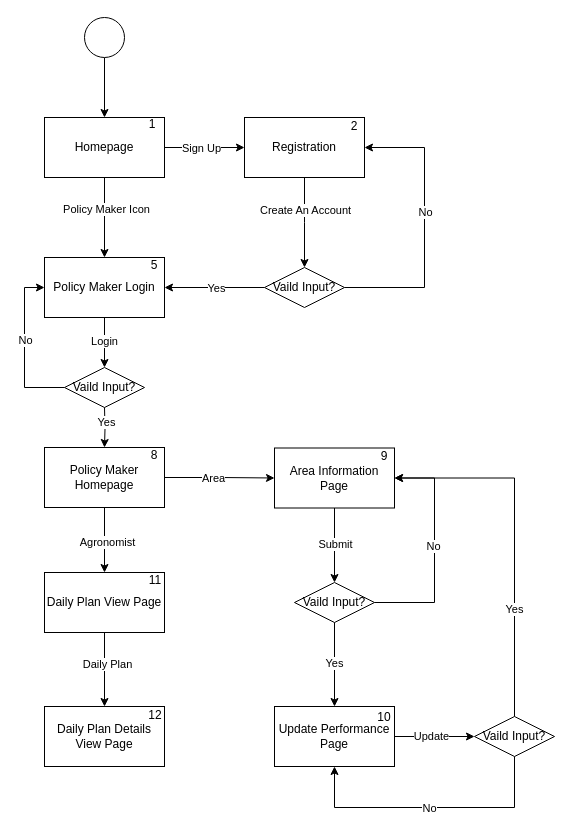
The draw.io diagram page "Policy Maker" (2 of 2) of DD/diagrams/webapp flow diagrams.drawio in ictar/DREAM-SE2-Project-2022, before the edit. Source tidied: cells renumbered, new cells numbered last; positions are measured from the earlier drawing's top-left corner, leaving out a move shared by most shapes. Both pictures are drawn from the tidied source at 100%, with x=0, y=0 at pixel (24, 17).
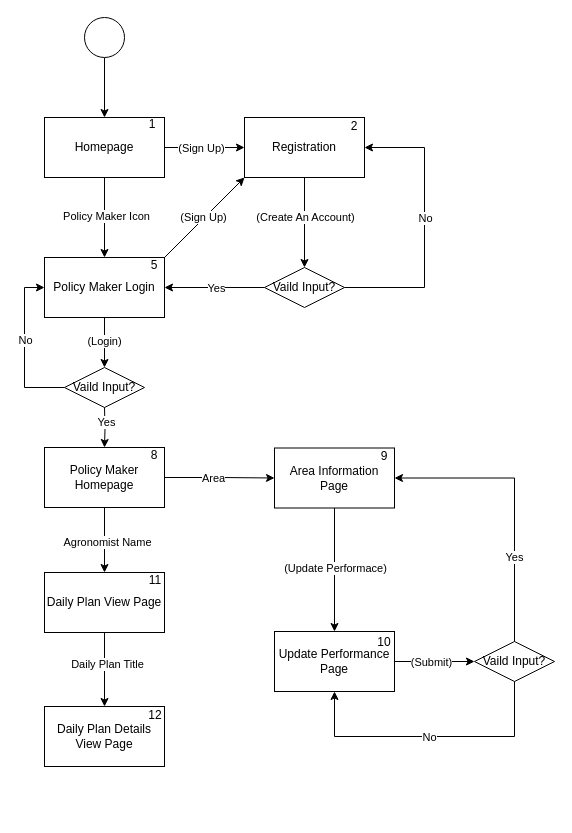
After the change.

Unchanged cells that the change refers to:
```xml
<mxCell id="2" style="edgeStyle=orthogonalEdgeStyle;rounded=0;jettySize=auto;html=1;" parent="1" edge="1" source="4">
  <mxGeometry relative="1" as="geometry">
    <mxPoint x="80" y="350" as="targetPoint" />
  </mxGeometry>
</mxCell>
<mxCell id="4" value="Policy Maker Login" style="rounded=0;whiteSpace=wrap;html=1;" parent="1" vertex="1">
  <mxGeometry x="20" y="240" width="120" height="60" as="geometry" />
</mxCell>
<mxCell id="7" style="edgeStyle=orthogonalEdgeStyle;rounded=0;jettySize=auto;html=1;" parent="1" edge="1" source="11" target="14">
  <mxGeometry relative="1" as="geometry" />
</mxCell>
<mxCell id="9" style="edgeStyle=orthogonalEdgeStyle;rounded=0;jettySize=auto;html=1;" parent="1" edge="1" source="11" target="4">
  <mxGeometry relative="1" as="geometry" />
</mxCell>
<mxCell id="12" style="edgeStyle=orthogonalEdgeStyle;rounded=0;jettySize=auto;html=1;" parent="1" edge="1" source="14">
  <mxGeometry relative="1" as="geometry">
    <mxPoint x="280" y="250" as="targetPoint" />
  </mxGeometry>
</mxCell>
<mxCell id="14" value="Registration" style="rounded=0;whiteSpace=wrap;html=1;" parent="1" vertex="1">
  <mxGeometry x="220" y="100" width="120" height="60" as="geometry" />
</mxCell>
<mxCell id="20" style="edgeStyle=orthogonalEdgeStyle;rounded=0;jettySize=auto;html=1;strokeColor=#000000;" parent="1" edge="1" source="22" target="32">
  <mxGeometry relative="1" as="geometry" />
</mxCell>
<mxCell id="23" style="edgeStyle=orthogonalEdgeStyle;rounded=0;jettySize=auto;html=1;exitX=1;exitY=0.5;exitDx=0;exitDy=0;entryX=1;entryY=0.5;entryDx=0;entryDy=0;" parent="1" edge="1" source="51" target="14">
  <mxGeometry relative="1" as="geometry">
    <Array as="points">
      <mxPoint x="400" y="270" />
      <mxPoint x="400" y="130" />
    </Array>
  </mxGeometry>
</mxCell>
<mxCell id="29" value="Area Information Page" style="rounded=0;whiteSpace=wrap;html=1;fillColor=#FFFFFF;strokeColor=default;" parent="1" vertex="1">
  <mxGeometry x="250" y="430.5" width="120" height="60" as="geometry" />
</mxCell>
<mxCell id="30" style="edgeStyle=orthogonalEdgeStyle;rounded=0;jettySize=auto;html=1;strokeColor=#000000;" parent="1" edge="1" source="32" target="33">
  <mxGeometry relative="1" as="geometry" />
</mxCell>
```

What changed in the source:
```diff
@@
-    <mxCell id="3" value="Login" style="edgeLabel;html=1;align=center;verticalAlign=middle;" parent="2" vertex="1">
+    <mxCell id="3" value="(Login)" style="edgeLabel;html=1;align=center;verticalAlign=middle;" parent="2" vertex="1">
       <mxGeometry x="-0.24" y="-1" relative="1" as="geometry">
         <mxPoint y="4" as="offset" />
       </mxGeometry>
     </mxCell>
@@
-    <mxCell id="8" value="Sign Up" style="edgeLabel;html=1;align=center;verticalAlign=middle;" parent="7" vertex="1">
+    <mxCell id="8" value="(Sign Up)" style="edgeLabel;html=1;align=center;verticalAlign=middle;" parent="7" vertex="1">
       <mxGeometry x="-0.1" y="-3" relative="1" as="geometry">
         <mxPoint y="-3" as="offset" />
       </mxGeometry>
     </mxCell>
@@
     <mxCell id="10" value="Policy Maker&amp;nbsp;Icon" style="edgeLabel;html=1;align=center;verticalAlign=middle;" parent="9" vertex="1">
-      <mxGeometry x="-0.23" y="1" relative="1" as="geometry" />
+      <mxGeometry x="-0.23" y="1" relative="1" as="geometry">
+        <mxPoint y="7" as="offset" />
+      </mxGeometry>
     </mxCell>
@@
-    <mxCell id="13" value="Create An Account" style="edgeLabel;html=1;align=center;verticalAlign=middle;" parent="12" vertex="1">
-      <mxGeometry x="-0.3" relative="1" as="geometry" />
+    <mxCell id="13" value="(Create An Account)" style="edgeLabel;html=1;align=center;verticalAlign=middle;" parent="12" vertex="1">
+      <mxGeometry x="-0.3" relative="1" as="geometry">
+        <mxPoint y="7" as="offset" />
+      </mxGeometry>
     </mxCell>
+    <mxCell id="58" style="rounded=0;jettySize=auto;html=1;exitX=0;exitY=1;exitDx=0;exitDy=0;entryX=1;entryY=0;entryDx=0;entryDy=0;endArrow=none;endFill=0;startArrow=classic;startFill=1;" parent="1" edge="1" source="14" target="4">
+      <mxGeometry relative="1" as="geometry" />
+    </mxCell>
@@
-    <mxCell id="21" value="Agronomist" style="edgeLabel;html=1;align=center;verticalAlign=middle;" parent="20" vertex="1">
+    <mxCell id="21" value="Agronomist Name" style="edgeLabel;html=1;align=center;verticalAlign=middle;" parent="20" vertex="1">
       <mxGeometry x="0.08" y="2" relative="1" as="geometry">
         <mxPoint y="-1" as="offset" />
       </mxGeometry>
     </mxCell>
@@
     <mxCell id="24" value="No" style="edgeLabel;html=1;align=center;verticalAlign=middle;" parent="23" vertex="1">
       <mxGeometry x="0.2" y="2" relative="1" as="geometry">
-        <mxPoint x="2" y="12" as="offset" />
+        <mxPoint x="2" y="18" as="offset" />
       </mxGeometry>
     </mxCell>
@@
-    <mxCell id="27" style="edgeStyle=orthogonalEdgeStyle;rounded=0;jettySize=auto;html=1;strokeColor=#000000;" parent="1" edge="1" source="29" target="36">
+    <mxCell id="27" style="edgeStyle=orthogonalEdgeStyle;rounded=0;jettySize=auto;html=1;strokeColor=#000000;entryX=0.5;entryY=0;entryDx=0;entryDy=0;" parent="1" edge="1" source="29" target="46">
       <mxGeometry relative="1" as="geometry" />
     </mxCell>
-    <mxCell id="28" value="Submit" style="edgeLabel;html=1;align=center;verticalAlign=middle;" parent="27" vertex="1">
+    <mxCell id="28" value="(Update Performace)" style="edgeLabel;html=1;align=center;verticalAlign=middle;" parent="27" vertex="1">
       <mxGeometry x="-0.03" relative="1" as="geometry" />
     </mxCell>
@@
-    <mxCell id="31" value="Daily Plan" style="edgeLabel;html=1;align=center;verticalAlign=middle;" parent="30" vertex="1">
+    <mxCell id="31" value="Daily Plan Title" style="edgeLabel;html=1;align=center;verticalAlign=middle;" parent="30" vertex="1">
       <mxGeometry x="0.07" y="2" relative="1" as="geometry">
         <mxPoint y="-9" as="offset" />
       </mxGeometry>
     </mxCell>
@@
-    <mxCell id="34" style="edgeStyle=orthogonalEdgeStyle;rounded=0;jettySize=auto;html=1;exitX=1;exitY=0.5;exitDx=0;exitDy=0;entryX=1;entryY=0.5;entryDx=0;entryDy=0;strokeColor=#000000;" parent="1" edge="1" source="36" target="29">
-      <mxGeometry relative="1" as="geometry">
-        <Array as="points">
-          <mxPoint x="410" y="585" />
-          <mxPoint x="410" y="460" />
-        </Array>
-      </mxGeometry>
-    </mxCell>
-    <mxCell id="35" style="edgeStyle=orthogonalEdgeStyle;rounded=0;jettySize=auto;html=1;exitX=0.5;exitY=1;exitDx=0;exitDy=0;strokeColor=#000000;" parent="1" edge="1" source="36" target="46">
-      <mxGeometry relative="1" as="geometry" />
-    </mxCell>
-    <mxCell id="36" value="Vaild Input?" style="rhombus;whiteSpace=wrap;html=1;fillColor=none;" parent="1" vertex="1">
-      <mxGeometry x="270" y="565" width="80" height="40" as="geometry" />
-    </mxCell>
@@
-    <mxCell id="44" value="No" style="edgeLabel;html=1;align=center;verticalAlign=middle;" parent="1" vertex="1">
-      <mxGeometry x="408" y="528" as="geometry" />
-    </mxCell>
@@
     <mxCell id="46" value="Update Performance Page" style="rounded=0;whiteSpace=wrap;html=1;" parent="1" vertex="1">
-      <mxGeometry x="250" y="689" width="120" height="60" as="geometry" />
+      <mxGeometry x="250" y="614" width="120" height="60" as="geometry" />
     </mxCell>
     <mxCell id="47" value="10" style="text;html=1;strokeColor=none;fillColor=none;align=center;verticalAlign=middle;whiteSpace=wrap;rounded=0;" parent="1" vertex="1">
-      <mxGeometry x="330" y="685" width="60" height="30" as="geometry" />
+      <mxGeometry x="330" y="610" width="60" height="30" as="geometry" />
     </mxCell>
@@
-    <mxCell id="49" value="Yes" style="edgeLabel;html=1;align=center;verticalAlign=middle;" parent="1" vertex="1">
-      <mxGeometry x="305" y="645" as="geometry">
-        <mxPoint x="4" as="offset" />
-      </mxGeometry>
-    </mxCell>
@@
     <mxCell id="54" style="edgeStyle=orthogonalEdgeStyle;rounded=0;jettySize=auto;html=1;exitX=0.5;exitY=1;exitDx=0;exitDy=0;entryX=0.5;entryY=1;entryDx=0;entryDy=0;" parent="1" edge="1" source="55" target="46">
       <mxGeometry relative="1" as="geometry">
         <Array as="points">
-          <mxPoint x="490" y="790" />
-          <mxPoint x="310" y="790" />
+          <mxPoint x="490" y="719" />
+          <mxPoint x="310" y="719" />
         </Array>
       </mxGeometry>
     </mxCell>
     <mxCell id="55" value="Vaild Input?" style="rhombus;whiteSpace=wrap;html=1;fillColor=none;" parent="1" vertex="1">
-      <mxGeometry x="450" y="699" width="80" height="40" as="geometry" />
+      <mxGeometry x="450" y="624" width="80" height="40" as="geometry" />
     </mxCell>
-    <mxCell id="56" value="Update" style="edgeLabel;html=1;align=center;verticalAlign=middle;" parent="1" vertex="1">
-      <mxGeometry x="412" y="724" as="geometry">
+    <mxCell id="56" value="(Submit)" style="edgeLabel;html=1;align=center;verticalAlign=middle;" parent="1" vertex="1">
+      <mxGeometry x="412" y="650" as="geometry">
         <mxPoint x="-6" y="-6" as="offset" />
       </mxGeometry>
     </mxCell>
     <mxCell id="57" value="No" style="edgeLabel;html=1;align=center;verticalAlign=middle;" parent="1" vertex="1">
-      <mxGeometry x="412" y="790" as="geometry">
+      <mxGeometry x="412" y="719" as="geometry">
         <mxPoint x="-8" as="offset" />
       </mxGeometry>
     </mxCell>
+    <mxCell id="59" value="(Sign Up)" style="edgeLabel;html=1;align=center;verticalAlign=middle;" parent="1" vertex="1">
+      <mxGeometry x="178" y="199" as="geometry" />
+    </mxCell>
```
